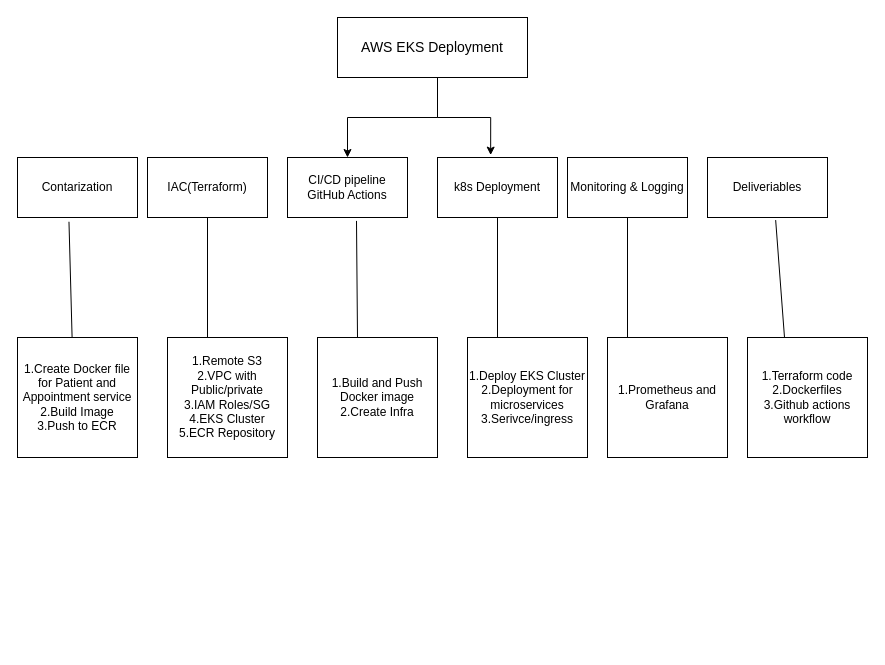
Earlier version of the draw.io diagram page "Page-1" (1 of 2) of Infra/Untitled Diagram.drawio (agarapunaveen/NSH-usecase-2). Source tidied: cells renumbered, new cells numbered last; positions are measured from the earlier drawing's top-left corner, leaving out a move shared by most shapes. Both pictures are drawn from the tidied source at 100%, with x=0, y=0 at pixel (17, 17).
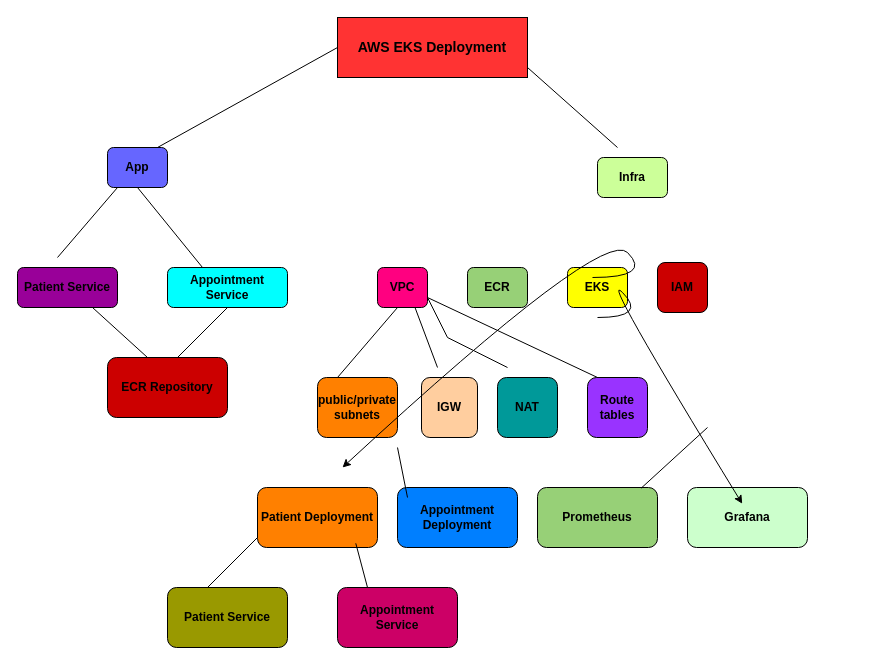
After the change.

Change to the diagram source:
```diff
@@
-    <mxCell id="2" style="edgeStyle=orthogonalEdgeStyle;rounded=0;jettySize=auto;html=1;" parent="1" edge="1" source="3" target="4">
-      <mxGeometry relative="1" as="geometry">
-        <Array as="points">
-          <mxPoint x="420" y="100" />
-          <mxPoint x="330" y="100" />
-        </Array>
-      </mxGeometry>
-    </mxCell>
-    <mxCell id="3" value="&lt;font style=&quot;font-size: 14px;&quot;&gt;AWS EKS Deployment&lt;/font&gt;" style="rounded=0;whiteSpace=wrap;html=1;" parent="1" vertex="1">
+    <mxCell id="3" value="&lt;font style=&quot;font-size: 14px;&quot;&gt;&lt;b&gt;AWS EKS Deployment&lt;/b&gt;&lt;/font&gt;" style="rounded=0;whiteSpace=wrap;html=1;fillColor=light-dark(#FF3333,var(--ge-dark-color, #121212));" parent="1" vertex="1">
       <mxGeometry x="320" width="190" height="60" as="geometry" />
     </mxCell>
-    <mxCell id="4" value="CI/CD pipeline&lt;div&gt;GitHub Actions&lt;/div&gt;" style="whiteSpace=wrap;html=1;rounded=0;" parent="1" vertex="1">
-      <mxGeometry x="270" y="140" width="120" height="60" as="geometry" />
-    </mxCell>
-    <mxCell id="5" value="IAC(Terraform)" style="rounded=0;whiteSpace=wrap;html=1;" parent="1" vertex="1">
-      <mxGeometry x="130" y="140" width="120" height="60" as="geometry" />
-    </mxCell>
-    <mxCell id="6" value="k8s Deployment" style="rounded=0;whiteSpace=wrap;html=1;" parent="1" vertex="1">
-      <mxGeometry x="420" y="140" width="120" height="60" as="geometry" />
-    </mxCell>
-    <mxCell id="7" value="Contarization" style="rounded=0;whiteSpace=wrap;html=1;" parent="1" vertex="1">
-      <mxGeometry y="140" width="120" height="60" as="geometry" />
-    </mxCell>
-    <mxCell id="8" value="Monitoring &amp;amp; Logging" style="rounded=0;whiteSpace=wrap;html=1;" parent="1" vertex="1">
-      <mxGeometry x="550" y="140" width="120" height="60" as="geometry" />
-    </mxCell>
-    <mxCell id="9" value="Deliveriables" style="rounded=0;whiteSpace=wrap;html=1;" parent="1" vertex="1">
-      <mxGeometry x="690" y="140" width="120" height="60" as="geometry" />
-    </mxCell>
-    <mxCell id="10" value="1.Create Docker file for Patient and Appointment service&lt;div&gt;2.Build Image&lt;/div&gt;&lt;div&gt;3.Push to ECR&lt;/div&gt;" style="rounded=0;whiteSpace=wrap;html=1;" parent="1" vertex="1">
-      <mxGeometry y="320" width="120" height="120" as="geometry" />
-    </mxCell>
-    <mxCell id="11" value="1.Remote S3&lt;div&gt;2.VPC with Public/private&lt;/div&gt;&lt;div&gt;3.IAM Roles/SG&lt;/div&gt;&lt;div&gt;4.EKS Cluster&lt;/div&gt;&lt;div&gt;5.ECR Repository&lt;/div&gt;" style="whiteSpace=wrap;html=1;" parent="1" vertex="1">
-      <mxGeometry x="150" y="320" width="120" height="120" as="geometry" />
-    </mxCell>
-    <mxCell id="12" value="1.Build and Push Docker image&lt;div&gt;2.Create Infra&lt;/div&gt;" style="whiteSpace=wrap;html=1;" parent="1" vertex="1">
-      <mxGeometry x="300" y="320" width="120" height="120" as="geometry" />
-    </mxCell>
-    <mxCell id="13" value="1.Deploy EKS Cluster&lt;div&gt;2.Deployment for microservices&lt;/div&gt;&lt;div&gt;3.Serivce/ingress&lt;/div&gt;" style="whiteSpace=wrap;html=1;" parent="1" vertex="1">
-      <mxGeometry x="450" y="320" width="120" height="120" as="geometry" />
-    </mxCell>
-    <mxCell id="14" value="1.Prometheus and Grafana" style="whiteSpace=wrap;html=1;" parent="1" vertex="1">
-      <mxGeometry x="590" y="320" width="120" height="120" as="geometry" />
-    </mxCell>
-    <mxCell id="15" value="1.Terraform code&lt;div&gt;2.Dockerfiles&lt;/div&gt;&lt;div&gt;3.Github actions workflow&lt;/div&gt;" style="whiteSpace=wrap;html=1;" parent="1" vertex="1">
-      <mxGeometry x="730" y="320" width="120" height="120" as="geometry" />
-    </mxCell>
-    <mxCell id="16" style="edgeStyle=orthogonalEdgeStyle;rounded=0;jettySize=auto;html=1;entryX=0.443;entryY=-0.04;entryDx=0;entryDy=0;entryPerimeter=0;" parent="1" edge="1" source="3" target="6">
-      <mxGeometry relative="1" as="geometry">
-        <Array as="points">
-          <mxPoint x="420" y="100" />
-          <mxPoint x="473" y="100" />
-        </Array>
-      </mxGeometry>
-    </mxCell>
-    <mxCell id="17" style="endArrow=none;html=1;rounded=0;entryX=0.429;entryY=1.071;entryDx=0;entryDy=0;entryPerimeter=0;" parent="1" edge="1" target="7">
-      <mxGeometry relative="1" as="geometry">
-        <mxPoint x="54.6" y="320" as="sourcePoint" />
-      </mxGeometry>
-    </mxCell>
-    <mxCell id="18" style="endArrow=none;html=1;rounded=0;entryX=0.5;entryY=1;entryDx=0;entryDy=0;" parent="1" edge="1" target="5">
-      <mxGeometry relative="1" as="geometry">
-        <mxPoint x="190" y="320" as="sourcePoint" />
-      </mxGeometry>
-    </mxCell>
-    <mxCell id="19" style="endArrow=none;html=1;rounded=0;entryX=0.575;entryY=1.057;entryDx=0;entryDy=0;entryPerimeter=0;" parent="1" edge="1" target="4">
-      <mxGeometry relative="1" as="geometry">
-        <mxPoint x="340" y="320" as="sourcePoint" />
-      </mxGeometry>
-    </mxCell>
-    <mxCell id="20" style="endArrow=none;html=1;rounded=0;entryX=0.5;entryY=1;entryDx=0;entryDy=0;" parent="1" edge="1" target="6">
-      <mxGeometry relative="1" as="geometry">
-        <mxPoint x="480" y="320" as="sourcePoint" />
-      </mxGeometry>
-    </mxCell>
-    <mxCell id="21" style="endArrow=none;html=1;rounded=0;entryX=0.5;entryY=1;entryDx=0;entryDy=0;" parent="1" edge="1" target="8">
-      <mxGeometry relative="1" as="geometry">
-        <mxPoint x="610" y="320" as="sourcePoint" />
-      </mxGeometry>
-    </mxCell>
-    <mxCell id="22" style="endArrow=none;html=1;rounded=0;entryX=0.568;entryY=1.043;entryDx=0;entryDy=0;entryPerimeter=0;" parent="1" edge="1" target="9">
-      <mxGeometry relative="1" as="geometry">
-        <mxPoint x="767" y="320" as="sourcePoint" />
-      </mxGeometry>
-    </mxCell>
+    <mxCell id="23" value="&lt;b&gt;App&lt;/b&gt;" style="rounded=1;whiteSpace=wrap;html=1;fillColor=light-dark(#6666FF,var(--ge-dark-color, #121212));" parent="1" vertex="1">
+      <mxGeometry x="90" y="130" width="60" height="40" as="geometry" />
+    </mxCell>
+    <mxCell id="24" value="&lt;b&gt;Infra&lt;/b&gt;" style="rounded=1;whiteSpace=wrap;html=1;fillColor=light-dark(#CCFF99,var(--ge-dark-color, #121212));" parent="1" vertex="1">
+      <mxGeometry x="580" y="140" width="70" height="40" as="geometry" />
+    </mxCell>
+    <mxCell id="25" value="&lt;b&gt;Patient Service&lt;/b&gt;" style="rounded=1;whiteSpace=wrap;html=1;fillColor=light-dark(#990099,var(--ge-dark-color, #121212));strokeColor=light-dark(#000000,#FFFFFF);" parent="1" vertex="1">
+      <mxGeometry y="250" width="100" height="40" as="geometry" />
+    </mxCell>
+    <mxCell id="26" value="&lt;b&gt;Appointment Service&lt;/b&gt;" style="rounded=1;whiteSpace=wrap;html=1;fillColor=light-dark(#00FFFF,var(--ge-dark-color, #121212));" parent="1" vertex="1">
+      <mxGeometry x="150" y="250" width="120" height="40" as="geometry" />
+    </mxCell>
+    <mxCell id="27" value="&lt;b&gt;ECR Repository&lt;/b&gt;" style="rounded=1;whiteSpace=wrap;html=1;fillColor=light-dark(#CC0000,var(--ge-dark-color, #121212));" parent="1" vertex="1">
+      <mxGeometry x="90" y="340" width="120" height="60" as="geometry" />
+    </mxCell>
+    <mxCell id="28" value="&lt;b&gt;VPC&lt;/b&gt;" style="rounded=1;whiteSpace=wrap;html=1;fillColor=light-dark(#FF0080,var(--ge-dark-color, #121212));" parent="1" vertex="1">
+      <mxGeometry x="360" y="250" width="50" height="40" as="geometry" />
+    </mxCell>
+    <mxCell id="29" value="&lt;b&gt;ECR&lt;/b&gt;" style="rounded=1;whiteSpace=wrap;html=1;fillColor=light-dark(#97D077,var(--ge-dark-color, #121212));" parent="1" vertex="1">
+      <mxGeometry x="450" y="250" width="60" height="40" as="geometry" />
+    </mxCell>
+    <mxCell id="30" value="&lt;b&gt;EKS&lt;/b&gt;" style="rounded=1;whiteSpace=wrap;html=1;fillColor=light-dark(#FFFF00,var(--ge-dark-color, #121212));" parent="1" vertex="1">
+      <mxGeometry x="550" y="250" width="60" height="40" as="geometry" />
+    </mxCell>
+    <mxCell id="31" value="&lt;b&gt;IAM&lt;/b&gt;" style="rounded=1;whiteSpace=wrap;html=1;fillColor=light-dark(#CC0000,var(--ge-dark-color, #121212));" parent="1" vertex="1">
+      <mxGeometry x="640" y="245" width="50" height="50" as="geometry" />
+    </mxCell>
+    <mxCell id="32" value="&lt;b&gt;public/private&lt;/b&gt;&lt;div&gt;&lt;b&gt;subnets&lt;/b&gt;&lt;/div&gt;" style="rounded=1;whiteSpace=wrap;html=1;fillColor=light-dark(#FF8000,var(--ge-dark-color, #121212));" parent="1" vertex="1">
+      <mxGeometry x="300" y="360" width="80" height="60" as="geometry" />
+    </mxCell>
+    <mxCell id="33" value="&lt;b&gt;IGW&lt;/b&gt;" style="rounded=1;whiteSpace=wrap;html=1;fillColor=light-dark(#FFCE9F,var(--ge-dark-color, #121212));" parent="1" vertex="1">
+      <mxGeometry x="404" y="360" width="56" height="60" as="geometry" />
+    </mxCell>
+    <mxCell id="34" value="&lt;b&gt;NAT&lt;/b&gt;" style="rounded=1;whiteSpace=wrap;html=1;fillColor=light-dark(#009999,var(--ge-dark-color, #121212));" parent="1" vertex="1">
+      <mxGeometry x="480" y="360" width="60" height="60" as="geometry" />
+    </mxCell>
+    <mxCell id="35" value="&lt;b&gt;Route tables&lt;/b&gt;" style="rounded=1;whiteSpace=wrap;html=1;fillColor=light-dark(#9933FF,var(--ge-dark-color, #121212));" parent="1" vertex="1">
+      <mxGeometry x="570" y="360" width="60" height="60" as="geometry" />
+    </mxCell>
+    <mxCell id="36" value="&lt;b&gt;Patient Deployment&lt;/b&gt;" style="rounded=1;whiteSpace=wrap;html=1;fillColor=light-dark(#FF8000,var(--ge-dark-color, #121212));" parent="1" vertex="1">
+      <mxGeometry x="240" y="470" width="120" height="60" as="geometry" />
+    </mxCell>
+    <mxCell id="37" value="&lt;b&gt;Appointment Deployment&lt;/b&gt;" style="rounded=1;whiteSpace=wrap;html=1;fillColor=light-dark(#007FFF,var(--ge-dark-color, #121212));" parent="1" vertex="1">
+      <mxGeometry x="380" y="470" width="120" height="60" as="geometry" />
+    </mxCell>
+    <mxCell id="38" value="&lt;b&gt;Prometheus&lt;/b&gt;" style="rounded=1;whiteSpace=wrap;html=1;fillColor=light-dark(#97D077,var(--ge-dark-color, #121212));" parent="1" vertex="1">
+      <mxGeometry x="520" y="470" width="120" height="60" as="geometry" />
+    </mxCell>
+    <mxCell id="39" value="&lt;b&gt;Grafana&lt;/b&gt;" style="rounded=1;whiteSpace=wrap;html=1;fillColor=light-dark(#CCFFCC,var(--ge-dark-color, #121212));" parent="1" vertex="1">
+      <mxGeometry x="670" y="470" width="120" height="60" as="geometry" />
+    </mxCell>
+    <mxCell id="40" value="&lt;b&gt;Patient Service&lt;/b&gt;" style="rounded=1;whiteSpace=wrap;html=1;fillColor=light-dark(#999900,var(--ge-dark-color, #121212));" parent="1" vertex="1">
+      <mxGeometry x="150" y="570" width="120" height="60" as="geometry" />
+    </mxCell>
+    <mxCell id="41" value="&lt;b&gt;Appointment Service&lt;/b&gt;" style="rounded=1;whiteSpace=wrap;html=1;fillColor=light-dark(#CC0066,var(--ge-dark-color, #121212));" parent="1" vertex="1">
+      <mxGeometry x="320" y="570" width="120" height="60" as="geometry" />
+    </mxCell>
+    <mxCell id="42" style="endArrow=none;html=1;rounded=0;entryX=0;entryY=0.5;entryDx=0;entryDy=0;" parent="1" edge="1" target="3">
+      <mxGeometry relative="1" as="geometry">
+        <mxPoint x="140" y="130" as="sourcePoint" />
+      </mxGeometry>
+    </mxCell>
+    <mxCell id="43" style="endArrow=none;html=1;rounded=0;" parent="1" edge="1">
+      <mxGeometry relative="1" as="geometry">
+        <mxPoint x="510" y="50" as="sourcePoint" />
+        <mxPoint x="600" y="130" as="targetPoint" />
+      </mxGeometry>
+    </mxCell>
+    <mxCell id="44" style="endArrow=none;html=1;rounded=0;" parent="1" edge="1">
+      <mxGeometry relative="1" as="geometry">
+        <mxPoint x="40" y="240" as="sourcePoint" />
+        <mxPoint x="100" y="170" as="targetPoint" />
+      </mxGeometry>
+    </mxCell>
+    <mxCell id="45" style="endArrow=none;html=1;rounded=0;entryX=0.5;entryY=1;entryDx=0;entryDy=0;" parent="1" edge="1" target="23">
+      <mxGeometry relative="1" as="geometry">
+        <mxPoint x="185" y="250" as="sourcePoint" />
+      </mxGeometry>
+    </mxCell>
+    <mxCell id="46" style="endArrow=none;html=1;rounded=0;" parent="1" edge="1">
+      <mxGeometry relative="1" as="geometry">
+        <mxPoint x="130" y="340" as="sourcePoint" />
+        <mxPoint x="75" y="290" as="targetPoint" />
+      </mxGeometry>
+    </mxCell>
+    <mxCell id="47" style="endArrow=none;html=1;rounded=0;" parent="1" edge="1">
+      <mxGeometry relative="1" as="geometry">
+        <mxPoint x="160" y="340" as="sourcePoint" />
+        <mxPoint x="210" y="290" as="targetPoint" />
+      </mxGeometry>
+    </mxCell>
+    <mxCell id="48" style="endArrow=none;html=1;rounded=0;exitX=0.25;exitY=0;exitDx=0;exitDy=0;" parent="1" edge="1" source="32">
+      <mxGeometry relative="1" as="geometry">
+        <mxPoint x="380" y="290" as="targetPoint" />
+      </mxGeometry>
+    </mxCell>
+    <mxCell id="49" style="endArrow=none;html=1;rounded=0;entryX=0.75;entryY=1;entryDx=0;entryDy=0;" parent="1" edge="1" target="28">
+      <mxGeometry relative="1" as="geometry">
+        <mxPoint x="420" y="350" as="sourcePoint" />
+      </mxGeometry>
+    </mxCell>
+    <mxCell id="50" style="endArrow=none;html=1;rounded=0;entryX=1;entryY=0.75;entryDx=0;entryDy=0;" parent="1" edge="1" target="28">
+      <mxGeometry relative="1" as="geometry">
+        <mxPoint x="490" y="350" as="sourcePoint" />
+        <Array as="points">
+          <mxPoint x="430" y="320" />
+        </Array>
+      </mxGeometry>
+    </mxCell>
+    <mxCell id="51" style="endArrow=none;html=1;rounded=0;" parent="1" edge="1">
+      <mxGeometry relative="1" as="geometry">
+        <mxPoint x="580" y="360" as="sourcePoint" />
+        <mxPoint x="410" y="280" as="targetPoint" />
+      </mxGeometry>
+    </mxCell>
+    <mxCell id="52" style="curved=1;endArrow=classic;html=1;rounded=0;entryX=0.75;entryY=0;entryDx=0;entryDy=0;" parent="1" edge="1">
+      <mxGeometry relative="1" as="geometry">
+        <mxPoint x="575" y="260" as="sourcePoint" />
+        <mxPoint x="325" y="450" as="targetPoint" />
+        <Array as="points">
+          <mxPoint x="635" y="260" />
+          <mxPoint x="585" y="210" />
+        </Array>
+      </mxGeometry>
+    </mxCell>
+    <mxCell id="53" style="curved=1;endArrow=classic;html=1;rounded=0;entryX=0.414;entryY=-0.063;entryDx=0;entryDy=0;entryPerimeter=0;" parent="1" edge="1">
+      <mxGeometry relative="1" as="geometry">
+        <mxPoint x="580" y="300" as="sourcePoint" />
+        <mxPoint x="724.7" y="486.2" as="targetPoint" />
+        <Array as="points">
+          <mxPoint x="630" y="300" />
+          <mxPoint x="580" y="250" />
+        </Array>
+      </mxGeometry>
+    </mxCell>
+    <mxCell id="54" style="endArrow=none;html=1;rounded=0;" parent="1" edge="1">
+      <mxGeometry relative="1" as="geometry">
+        <mxPoint x="390" y="480" as="sourcePoint" />
+        <mxPoint x="380" y="430" as="targetPoint" />
+      </mxGeometry>
+    </mxCell>
+    <mxCell id="55" style="endArrow=none;html=1;rounded=0;exitX=0.864;exitY=0.011;exitDx=0;exitDy=0;exitPerimeter=0;" parent="1" edge="1" source="38">
+      <mxGeometry relative="1" as="geometry">
+        <mxPoint x="690" y="410" as="targetPoint" />
+      </mxGeometry>
+    </mxCell>
+    <mxCell id="56" style="endArrow=none;html=1;rounded=0;" parent="1" edge="1">
+      <mxGeometry relative="1" as="geometry">
+        <mxPoint x="190" y="570" as="sourcePoint" />
+        <mxPoint x="240" y="520" as="targetPoint" />
+      </mxGeometry>
+    </mxCell>
+    <mxCell id="57" style="endArrow=none;html=1;rounded=0;entryX=0.819;entryY=0.93;entryDx=0;entryDy=0;entryPerimeter=0;exitX=0.25;exitY=0;exitDx=0;exitDy=0;" parent="1" edge="1" source="41" target="36">
+      <mxGeometry relative="1" as="geometry" />
+    </mxCell>
```
